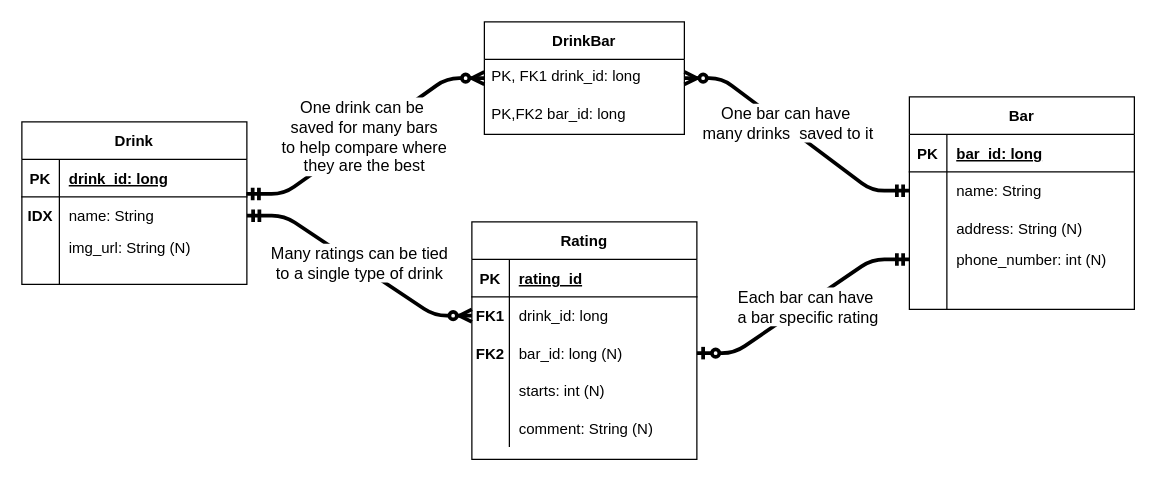
tnordquist/personal-android-project-rbrazell1 keeps this draw.io diagram as docs/img/drawio/erd.drawio. Above is the earlier version. Source tidied: cells renumbered, new cells numbered last; positions are measured from the earlier drawing's top-left corner, leaving out a move shared by most shapes. Both pictures are drawn from the tidied source at 125%, with x=0, y=0 at pixel (21, 21).
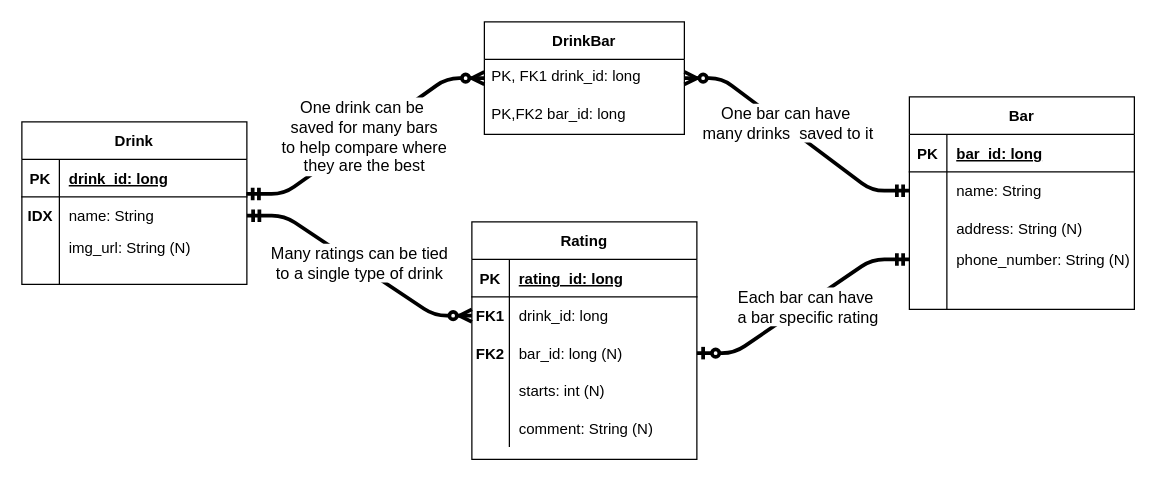
After the change.

The change refers to these unchanged cells:
```xml
<mxCell id="25" style="shape=partialRectangle;fillColor=none;top=0;left=0;bottom=0;right=0;points=[[0,0.5],[1,0.5]];portConstraint=eastwest;" parent="15" vertex="1">
  <mxGeometry y="120" width="180" height="20" as="geometry" />
</mxCell>
<mxCell id="43" style="shape=partialRectangle;fillColor=none;top=0;left=0;bottom=1;right=0;" parent="42" vertex="1">
  <mxGeometry y="30" width="180" height="30" as="geometry" />
</mxCell>
```

The edit, as a diff of the source:
```diff
@@
-    <mxCell id="27" value="phone_number: int (N)" style="shape=partialRectangle;fillColor=none;top=0;left=0;bottom=0;right=0;align=left;spacingLeft=6;overflow=hidden;" parent="25" vertex="1">
+    <mxCell id="27" value="phone_number: String (N)" style="shape=partialRectangle;fillColor=none;top=0;left=0;bottom=0;right=0;align=left;spacingLeft=6;overflow=hidden;" parent="25" vertex="1">
       <mxGeometry x="30" width="150" height="20" as="geometry" />
     </mxCell>
@@
-    <mxCell id="45" value="rating_id" style="shape=partialRectangle;fillColor=none;top=0;left=0;bottom=0;right=0;align=left;spacingLeft=6;fontStyle=5;overflow=hidden;" parent="43" vertex="1">
+    <mxCell id="45" value="rating_id: long" style="shape=partialRectangle;fillColor=none;top=0;left=0;bottom=0;right=0;align=left;spacingLeft=6;fontStyle=5;overflow=hidden;" parent="43" vertex="1">
       <mxGeometry x="30" width="150" height="30" as="geometry" />
     </mxCell>
```
